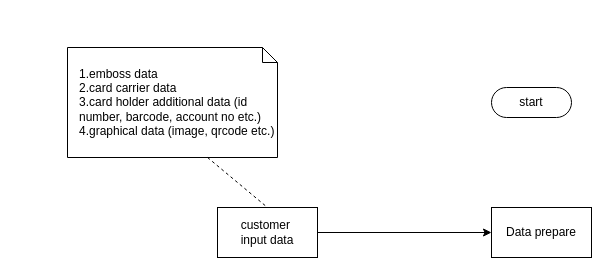
The draw.io diagram page "centralize model" (1 of 3) of SmartCPSDesignSystem.drawio in delphihero/MyDocument, before the edit. Source tidied: cells renumbered, new cells numbered last; positions are measured from the earlier drawing's top-left corner, leaving out a move shared by most shapes. Both pictures are drawn from the tidied source at 100%, with x=0, y=0 at pixel (67, 47).
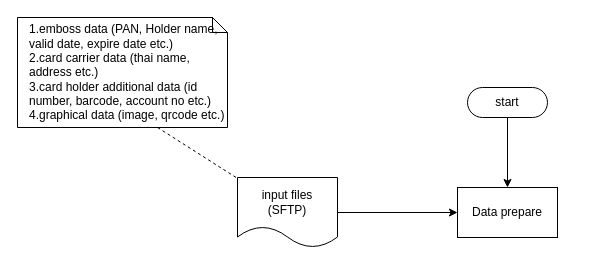
After the change.

The edit, as a diff of the source:
```diff
@@
 <mxGraphModel>
   <root>
     <mxCell id="0" />
     <mxCell id="1" parent="0" />
+    <mxCell id="8" style="edgeStyle=orthogonalEdgeStyle;rounded=0;jettySize=auto;html=1;" parent="1" edge="1" source="2" target="3">
+      <mxGeometry relative="1" as="geometry" />
+    </mxCell>
     <mxCell id="2" value="start" style="html=1;dashed=0;whiteSpace=wrap;shape=mxgraph.dfd.start;" parent="1" vertex="1">
-      <mxGeometry x="424" y="40" width="80" height="30" as="geometry" />
+      <mxGeometry x="400" y="40" width="80" height="30" as="geometry" />
     </mxCell>
     <mxCell id="3" value="Data prepare" style="html=1;dashed=0;whiteSpace=wrap;" parent="1" vertex="1">
-      <mxGeometry x="424" y="160" width="100" height="50" as="geometry" />
+      <mxGeometry x="390" y="140" width="100" height="50" as="geometry" />
     </mxCell>
-    <mxCell id="4" style="edgeStyle=orthogonalEdgeStyle;rounded=0;jettySize=auto;html=1;" parent="1" edge="1" source="5" target="3">
+    <mxCell id="4" style="edgeStyle=orthogonalEdgeStyle;rounded=0;jettySize=auto;html=1;exitX=1;exitY=0.5;exitDx=0;exitDy=0;" parent="1" edge="1" source="9" target="3">
       <mxGeometry relative="1" as="geometry" />
     </mxCell>
-    <mxCell id="5" value="&lt;div&gt;customer&amp;nbsp;&lt;/div&gt;&lt;div&gt;input data&lt;/div&gt;" style="html=1;dashed=0;whiteSpace=wrap;" parent="1" vertex="1">
-      <mxGeometry x="150" y="160" width="100" height="50" as="geometry" />
-    </mxCell>
-    <mxCell id="6" value="&lt;div&gt;1.emboss data&lt;/div&gt;&lt;div&gt;2.card carrier data&lt;/div&gt;&lt;div&gt;3.card holder additional data (id number, barcode, account no etc.)&lt;/div&gt;&lt;div&gt;4.graphical data (image, qrcode etc.)&lt;br&gt;&lt;/div&gt;" style="shape=note;size=15;align=left;spacingLeft=10;html=1;whiteSpace=wrap;" parent="1" vertex="1">
-      <mxGeometry width="210" height="110" as="geometry" />
+    <mxCell id="6" value="&lt;div&gt;1.emboss data (PAN, Holder name, valid date, expire date etc.)&lt;br&gt;&lt;/div&gt;&lt;div&gt;2.card carrier data (thai name, address etc.)&lt;br&gt;&lt;/div&gt;&lt;div&gt;3.card holder additional data (id number, barcode, account no etc.)&lt;/div&gt;&lt;div&gt;4.graphical data (image, qrcode etc.)&lt;br&gt;&lt;/div&gt;" style="shape=note;size=15;align=left;spacingLeft=10;html=1;whiteSpace=wrap;" parent="1" vertex="1">
+      <mxGeometry x="-50" y="-30" width="210" height="110" as="geometry" />
     </mxCell>
-    <mxCell id="7" style="edgeStyle=none;endArrow=none;exitX=0.667;exitY=1;dashed=1;html=1;rounded=0;entryX=0.5;entryY=0;entryDx=0;entryDy=0;exitDx=0;exitDy=0;exitPerimeter=0;" parent="1" edge="1" source="6" target="5">
-      <mxGeometry x="1" relative="1" as="geometry" />
+    <mxCell id="7" style="edgeStyle=none;endArrow=none;exitX=0.667;exitY=1;dashed=1;html=1;rounded=0;entryX=0.5;entryY=0;entryDx=0;entryDy=0;exitDx=0;exitDy=0;exitPerimeter=0;" parent="1" edge="1" source="6">
+      <mxGeometry x="1" relative="1" as="geometry">
+        <mxPoint x="200" y="150" as="targetPoint" />
+      </mxGeometry>
     </mxCell>
+    <mxCell id="9" value="&lt;div&gt;input files&lt;/div&gt;&lt;div&gt;(SFTP)&lt;br&gt;&lt;/div&gt;" style="shape=document;whiteSpace=wrap;html=1;boundedLbl=1;dashed=0;flipH=1;" parent="1" vertex="1">
+      <mxGeometry x="170" y="130" width="100" height="70" as="geometry" />
+    </mxCell>
   </root>
 </mxGraphModel>
```
